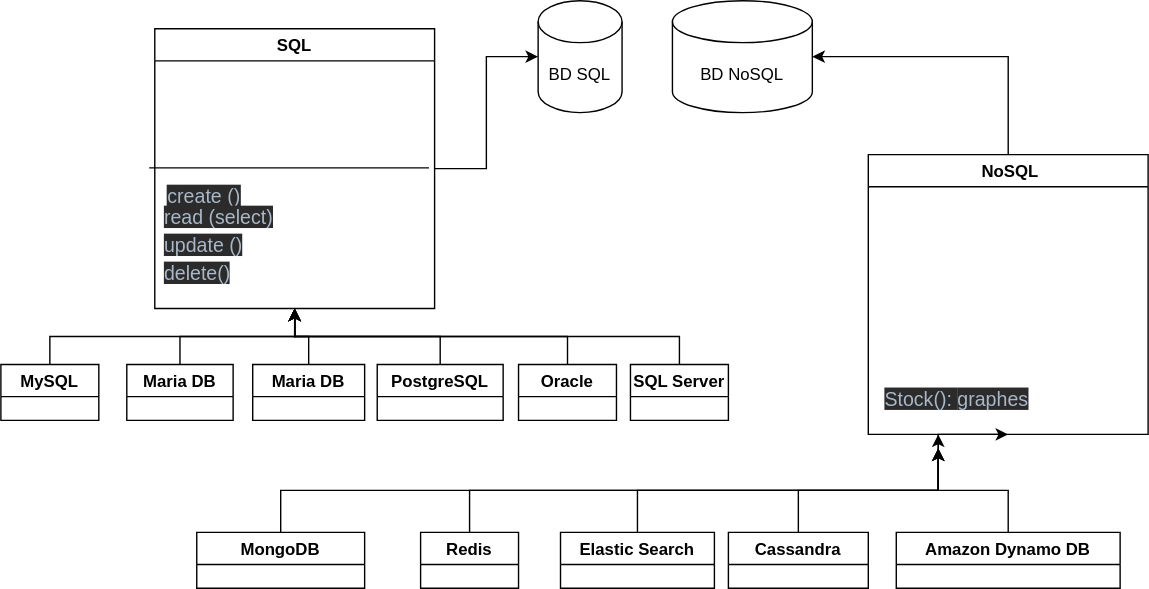
This is src/exercice5.svg from Boubakeur45/ewerciceweb, a draw.io export, as it was before one commit. Source tidied: cells renumbered, new cells last; positions are measured from the earlier drawing's top-left corner, leaving out a move shared by most shapes. Source of this version:
```xml
<mxGraphModel>
  <root>
    <mxCell id="0" />
    <mxCell id="1" parent="0" />
    <mxCell id="2" style="edgeStyle=orthogonalEdgeStyle;rounded=0;jettySize=auto;html=1;entryX=1;entryY=0.5;entryDx=0;entryDy=0;entryPerimeter=0;" parent="1" edge="1" source="3" target="35">
      <mxGeometry relative="1" as="geometry">
        <Array as="points">
          <mxPoint x="720" y="40" />
        </Array>
      </mxGeometry>
    </mxCell>
    <mxCell id="3" value=" NoSQL" style="swimlane;" parent="1" vertex="1">
      <mxGeometry x="620" y="110" width="200" height="200" as="geometry" />
    </mxCell>
    <mxCell id="4" value="&lt;span style=&quot;color: rgb(169 , 183 , 198) ; font-family: &amp;#34;helvetica&amp;#34; , &amp;#34;arial&amp;#34; , &amp;#34;freesans&amp;#34; , sans-serif ; font-size: 14px ; font-style: normal ; font-weight: 400 ; letter-spacing: normal ; text-align: left ; text-indent: 0px ; text-transform: none ; word-spacing: 0px ; background-color: rgb(43 , 43 , 43) ; display: inline ; float: none&quot;&gt;Stock():&amp;nbsp;&lt;/span&gt;&lt;span style=&quot;color: rgb(169 , 183 , 198) ; font-family: &amp;#34;helvetica&amp;#34; , &amp;#34;arial&amp;#34; , &amp;#34;freesans&amp;#34; , sans-serif ; font-size: 14px ; background-color: rgb(43 , 43 , 43)&quot;&gt;graphes&lt;/span&gt;" style="text;whiteSpace=wrap;html=1;" parent="3" vertex="1">
      <mxGeometry x="10" y="160" width="60" height="30" as="geometry" />
    </mxCell>
    <mxCell id="5" style="edgeStyle=orthogonalEdgeStyle;rounded=0;jettySize=auto;html=1;exitX=0.5;exitY=0;exitDx=0;exitDy=0;entryX=0.5;entryY=1;entryDx=0;entryDy=0;" parent="1" edge="1" source="6" target="8">
      <mxGeometry relative="1" as="geometry" />
    </mxCell>
    <mxCell id="6" value="MySQL" style="swimlane;" parent="1" vertex="1">
      <mxGeometry y="260" width="70" height="40" as="geometry" />
    </mxCell>
    <mxCell id="7" style="edgeStyle=orthogonalEdgeStyle;rounded=0;jettySize=auto;html=1;entryX=0;entryY=0.5;entryDx=0;entryDy=0;entryPerimeter=0;" parent="1" edge="1" source="8" target="34">
      <mxGeometry relative="1" as="geometry" />
    </mxCell>
    <mxCell id="8" value="SQL" style="swimlane;" parent="1" vertex="1">
      <mxGeometry x="110" y="20" width="200" height="200" as="geometry" />
    </mxCell>
    <mxCell id="9" value="&lt;span style=&quot;color: rgb(169 , 183 , 198) ; font-family: &amp;#34;helvetica&amp;#34; , &amp;#34;arial&amp;#34; , &amp;#34;freesans&amp;#34; , sans-serif ; font-size: 14px ; text-align: left ; background-color: rgb(43 , 43 , 43)&quot;&gt;create ()&lt;/span&gt;" style="text;html=1;align=center;verticalAlign=middle;strokeColor=none;fillColor=none;" parent="8" vertex="1">
      <mxGeometry y="110" width="70" height="20" as="geometry" />
    </mxCell>
    <mxCell id="10" value="&lt;span style=&quot;color: rgb(169, 183, 198); font-family: helvetica, arial, freesans, sans-serif; font-size: 14px; font-style: normal; font-weight: 400; letter-spacing: normal; text-align: left; text-indent: 0px; text-transform: none; word-spacing: 0px; background-color: rgb(43, 43, 43); display: inline; float: none;&quot;&gt;read (select)&lt;/span&gt;" style="text;whiteSpace=wrap;html=1;" parent="8" vertex="1">
      <mxGeometry x="5" y="120" width="100" height="30" as="geometry" />
    </mxCell>
    <mxCell id="11" value="&lt;span style=&quot;color: rgb(169 , 183 , 198) ; font-family: &amp;#34;helvetica&amp;#34; , &amp;#34;arial&amp;#34; , &amp;#34;freesans&amp;#34; , sans-serif ; font-size: 14px ; font-style: normal ; font-weight: 400 ; letter-spacing: normal ; text-align: left ; text-indent: 0px ; text-transform: none ; word-spacing: 0px ; background-color: rgb(43 , 43 , 43) ; display: inline ; float: none&quot;&gt;update ()&lt;/span&gt;" style="text;whiteSpace=wrap;html=1;" parent="8" vertex="1">
      <mxGeometry x="5" y="140" width="70" height="30" as="geometry" />
    </mxCell>
    <mxCell id="12" value="&lt;span style=&quot;color: rgb(169 , 183 , 198) ; font-family: &amp;#34;helvetica&amp;#34; , &amp;#34;arial&amp;#34; , &amp;#34;freesans&amp;#34; , sans-serif ; font-size: 14px ; font-style: normal ; font-weight: 400 ; letter-spacing: normal ; text-align: left ; text-indent: 0px ; text-transform: none ; word-spacing: 0px ; background-color: rgb(43 , 43 , 43) ; display: inline ; float: none&quot;&gt;delete()&lt;/span&gt;" style="text;whiteSpace=wrap;html=1;" parent="8" vertex="1">
      <mxGeometry x="5" y="160" width="60" height="30" as="geometry" />
    </mxCell>
    <mxCell id="13" style="endArrow=none;html=1;rounded=0;" parent="8" edge="1">
      <mxGeometry relative="1" as="geometry">
        <mxPoint x="-4" y="99.5" as="sourcePoint" />
        <mxPoint x="196" y="99.5" as="targetPoint" />
        <Array as="points">
          <mxPoint x="-4" y="99.5" />
        </Array>
      </mxGeometry>
    </mxCell>
    <mxCell id="14" style="edgeStyle=orthogonalEdgeStyle;rounded=0;jettySize=auto;html=1;exitX=0.5;exitY=0;exitDx=0;exitDy=0;entryX=0.5;entryY=1;entryDx=0;entryDy=0;" parent="1" edge="1" source="15" target="8">
      <mxGeometry relative="1" as="geometry" />
    </mxCell>
    <mxCell id="15" value="Maria DB" style="swimlane;" parent="1" vertex="1">
      <mxGeometry x="90" y="260" width="76" height="40" as="geometry" />
    </mxCell>
    <mxCell id="16" style="edgeStyle=orthogonalEdgeStyle;rounded=0;jettySize=auto;html=1;exitX=0.5;exitY=0;exitDx=0;exitDy=0;" parent="1" edge="1" source="17">
      <mxGeometry relative="1" as="geometry">
        <mxPoint x="210" y="220" as="targetPoint" />
      </mxGeometry>
    </mxCell>
    <mxCell id="17" value="Maria DB" style="swimlane;" parent="1" vertex="1">
      <mxGeometry x="180" y="260" width="80" height="40" as="geometry" />
    </mxCell>
    <mxCell id="18" style="edgeStyle=orthogonalEdgeStyle;rounded=0;jettySize=auto;html=1;entryX=0.5;entryY=1;entryDx=0;entryDy=0;" parent="1" edge="1" source="19" target="8">
      <mxGeometry relative="1" as="geometry" />
    </mxCell>
    <mxCell id="19" value="PostgreSQL" style="swimlane;" parent="1" vertex="1">
      <mxGeometry x="269" y="260" width="90" height="40" as="geometry" />
    </mxCell>
    <mxCell id="20" style="edgeStyle=orthogonalEdgeStyle;rounded=0;jettySize=auto;html=1;exitX=0.5;exitY=0;exitDx=0;exitDy=0;entryX=0.5;entryY=1;entryDx=0;entryDy=0;" parent="1" edge="1" source="21" target="8">
      <mxGeometry relative="1" as="geometry" />
    </mxCell>
    <mxCell id="21" value="Oracle" style="swimlane;startSize=23;" parent="1" vertex="1">
      <mxGeometry x="370" y="260" width="70" height="40" as="geometry" />
    </mxCell>
    <mxCell id="22" style="edgeStyle=orthogonalEdgeStyle;rounded=0;jettySize=auto;html=1;entryX=0.5;entryY=1;entryDx=0;entryDy=0;" parent="1" edge="1" source="23" target="8">
      <mxGeometry relative="1" as="geometry">
        <Array as="points">
          <mxPoint x="485" y="240" />
          <mxPoint x="210" y="240" />
        </Array>
      </mxGeometry>
    </mxCell>
    <mxCell id="23" value="SQL Server" style="swimlane;startSize=23;" parent="1" vertex="1">
      <mxGeometry x="450" y="260" width="70" height="40" as="geometry" />
    </mxCell>
    <mxCell id="24" style="edgeStyle=orthogonalEdgeStyle;rounded=0;jettySize=auto;html=1;" parent="1" edge="1" source="25">
      <mxGeometry relative="1" as="geometry">
        <mxPoint x="670" y="320" as="targetPoint" />
        <Array as="points">
          <mxPoint x="200" y="350" />
          <mxPoint x="670" y="350" />
        </Array>
      </mxGeometry>
    </mxCell>
    <mxCell id="25" value="MongoDB" style="swimlane;" parent="1" vertex="1">
      <mxGeometry x="140" y="380" width="120" height="40" as="geometry" />
    </mxCell>
    <mxCell id="26" style="edgeStyle=orthogonalEdgeStyle;rounded=0;jettySize=auto;html=1;" parent="1" edge="1" source="27">
      <mxGeometry relative="1" as="geometry">
        <mxPoint x="670" y="320" as="targetPoint" />
        <Array as="points">
          <mxPoint x="335" y="350" />
          <mxPoint x="670" y="350" />
        </Array>
      </mxGeometry>
    </mxCell>
    <mxCell id="27" value="Redis" style="swimlane;" parent="1" vertex="1">
      <mxGeometry x="300" y="380" width="70" height="40" as="geometry" />
    </mxCell>
    <mxCell id="28" style="edgeStyle=orthogonalEdgeStyle;rounded=0;jettySize=auto;html=1;" parent="1" edge="1" source="29">
      <mxGeometry relative="1" as="geometry">
        <mxPoint x="670" y="310" as="targetPoint" />
        <Array as="points">
          <mxPoint x="455" y="350" />
          <mxPoint x="670" y="350" />
        </Array>
      </mxGeometry>
    </mxCell>
    <mxCell id="29" value="Elastic Search" style="swimlane;" parent="1" vertex="1">
      <mxGeometry x="400" y="380" width="110" height="40" as="geometry" />
    </mxCell>
    <mxCell id="30" style="edgeStyle=orthogonalEdgeStyle;rounded=0;jettySize=auto;html=1;exitX=0.5;exitY=0;exitDx=0;exitDy=0;entryX=0.5;entryY=1;entryDx=0;entryDy=0;" parent="1" edge="1" source="31" target="3">
      <mxGeometry relative="1" as="geometry">
        <Array as="points">
          <mxPoint x="570" y="350" />
          <mxPoint x="670" y="350" />
        </Array>
      </mxGeometry>
    </mxCell>
    <mxCell id="31" value="Cassandra" style="swimlane;" parent="1" vertex="1">
      <mxGeometry x="520" y="380" width="100" height="40" as="geometry" />
    </mxCell>
    <mxCell id="32" style="edgeStyle=orthogonalEdgeStyle;rounded=0;jettySize=auto;html=1;" parent="1" edge="1" source="33">
      <mxGeometry relative="1" as="geometry">
        <mxPoint x="670" y="320" as="targetPoint" />
      </mxGeometry>
    </mxCell>
    <mxCell id="33" value="Amazon Dynamo DB" style="swimlane;" parent="1" vertex="1">
      <mxGeometry x="640" y="380" width="160" height="40" as="geometry" />
    </mxCell>
    <mxCell id="34" value="BD SQL" style="shape=cylinder3;whiteSpace=wrap;html=1;boundedLbl=1;backgroundOutline=1;size=15;" parent="1" vertex="1">
      <mxGeometry x="384" width="60" height="80" as="geometry" />
    </mxCell>
    <mxCell id="35" value="BD NoSQL" style="shape=cylinder3;whiteSpace=wrap;html=1;boundedLbl=1;backgroundOutline=1;size=15;" parent="1" vertex="1">
      <mxGeometry x="480" width="100" height="80" as="geometry" />
    </mxCell>
  </root>
</mxGraphModel>
```
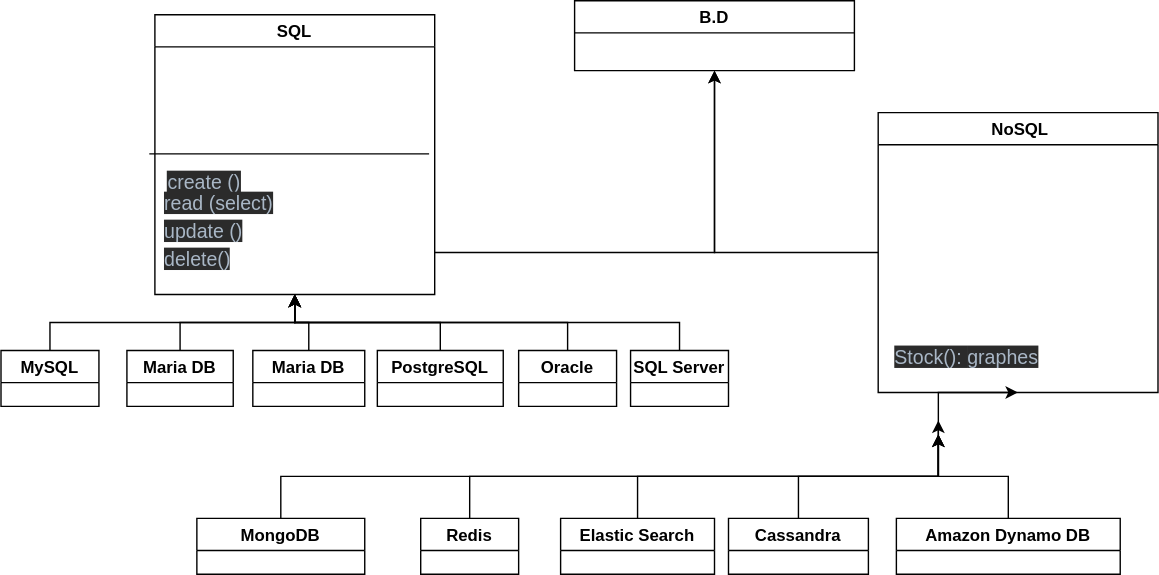
Later version of the same file.

Commit message:
corection exercice 5

The edit, as a diff of the source:
```diff
@@ -2,15 +2,13 @@
   <root>
     <mxCell id="0" />
     <mxCell id="1" parent="0" />
-    <mxCell id="2" style="edgeStyle=orthogonalEdgeStyle;rounded=0;jettySize=auto;html=1;entryX=1;entryY=0.5;entryDx=0;entryDy=0;entryPerimeter=0;" parent="1" edge="1" source="3" target="35">
-      <mxGeometry relative="1" as="geometry">
-        <Array as="points">
-          <mxPoint x="720" y="40" />
-        </Array>
-      </mxGeometry>
-    </mxCell>
+    <mxCell id="36" style="edgeStyle=orthogonalEdgeStyle;rounded=0;jettySize=auto;html=1;" parent="1" edge="1" source="3">
+      <mxGeometry relative="1" as="geometry">
+        <mxPoint x="510" y="60" as="targetPoint" />
+      </mxGeometry>
+    </mxCell>
     <mxCell id="3" value=" NoSQL" style="swimlane;" parent="1" vertex="1">
-      <mxGeometry x="620" y="110" width="200" height="200" as="geometry" />
+      <mxGeometry x="627" y="90" width="200" height="200" as="geometry" />
     </mxCell>
     <mxCell id="4" value="&lt;span style=&quot;color: rgb(169 , 183 , 198) ; font-family: &amp;#34;helvetica&amp;#34; , &amp;#34;arial&amp;#34; , &amp;#34;freesans&amp;#34; , sans-serif ; font-size: 14px ; font-style: normal ; font-weight: 400 ; letter-spacing: normal ; text-align: left ; text-indent: 0px ; text-transform: none ; word-spacing: 0px ; background-color: rgb(43 , 43 , 43) ; display: inline ; float: none&quot;&gt;Stock():&amp;nbsp;&lt;/span&gt;&lt;span style=&quot;color: rgb(169 , 183 , 198) ; font-family: &amp;#34;helvetica&amp;#34; , &amp;#34;arial&amp;#34; , &amp;#34;freesans&amp;#34; , sans-serif ; font-size: 14px ; background-color: rgb(43 , 43 , 43)&quot;&gt;graphes&lt;/span&gt;" style="text;whiteSpace=wrap;html=1;" parent="3" vertex="1">
       <mxGeometry x="10" y="160" width="60" height="30" as="geometry" />
@@ -21,9 +19,13 @@
     <mxCell id="6" value="MySQL" style="swimlane;" parent="1" vertex="1">
       <mxGeometry y="260" width="70" height="40" as="geometry" />
     </mxCell>
-    <mxCell id="7" style="edgeStyle=orthogonalEdgeStyle;rounded=0;jettySize=auto;html=1;entryX=0;entryY=0.5;entryDx=0;entryDy=0;entryPerimeter=0;" parent="1" edge="1" source="8" target="34">
-      <mxGeometry relative="1" as="geometry" />
-    </mxCell>
+    <mxCell id="37" style="edgeStyle=orthogonalEdgeStyle;rounded=0;jettySize=auto;html=1;entryX=0.5;entryY=1;entryDx=0;entryDy=0;" parent="1" edge="1" source="8" target="38">
+      <mxGeometry relative="1" as="geometry">
+        <Array as="points">
+          <mxPoint x="510" y="190" />
+        </Array>
+      </mxGeometry>
+    </mxCell>
     <mxCell id="8" value="SQL" style="swimlane;" parent="1" vertex="1">
       <mxGeometry x="110" y="20" width="200" height="200" as="geometry" />
     </mxCell>
@@ -140,11 +142,8 @@
     <mxCell id="33" value="Amazon Dynamo DB" style="swimlane;" parent="1" vertex="1">
       <mxGeometry x="640" y="380" width="160" height="40" as="geometry" />
     </mxCell>
-    <mxCell id="34" value="BD SQL" style="shape=cylinder3;whiteSpace=wrap;html=1;boundedLbl=1;backgroundOutline=1;size=15;" parent="1" vertex="1">
-      <mxGeometry x="384" width="60" height="80" as="geometry" />
-    </mxCell>
-    <mxCell id="35" value="BD NoSQL" style="shape=cylinder3;whiteSpace=wrap;html=1;boundedLbl=1;backgroundOutline=1;size=15;" parent="1" vertex="1">
-      <mxGeometry x="480" width="100" height="80" as="geometry" />
-    </mxCell>
+    <mxCell id="38" value="B.D" style="swimlane;" parent="1" vertex="1">
+      <mxGeometry x="410" y="10" width="200" height="50" as="geometry" />
+    </mxCell>
   </root>
 </mxGraphModel>
```
